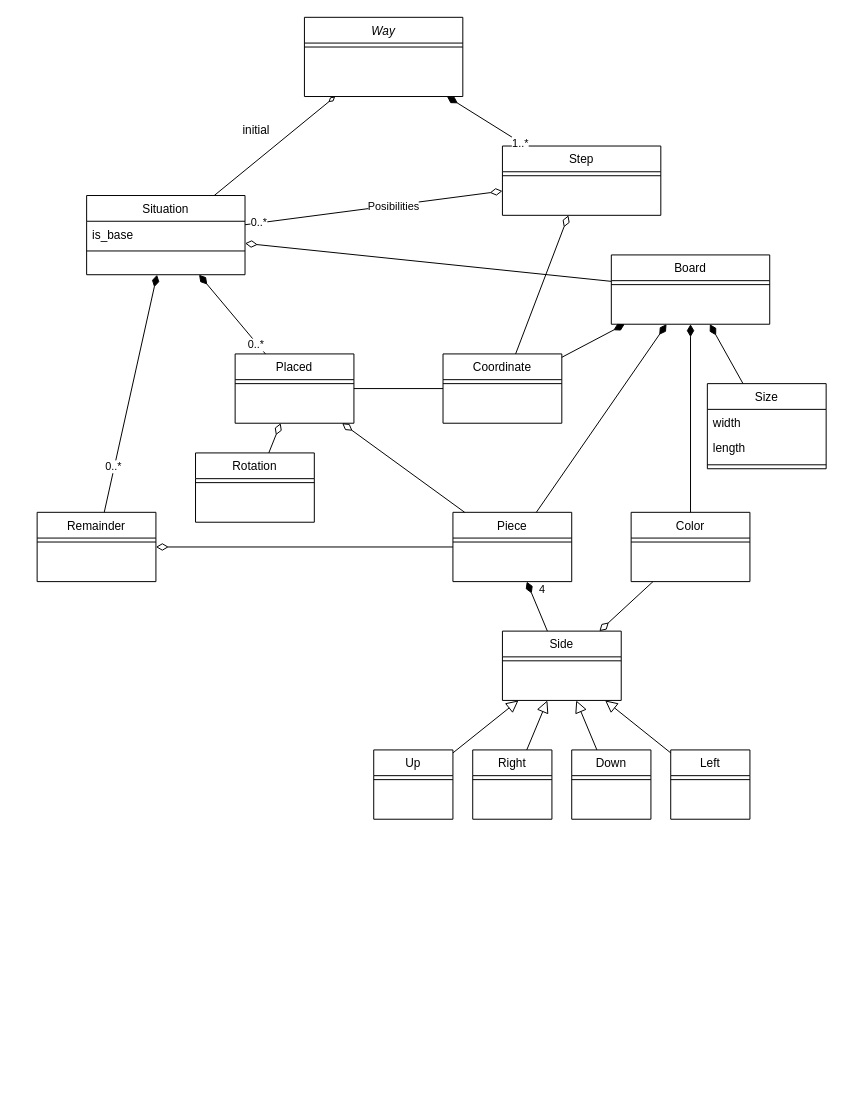
Before: doc/Eternity2 Class Diagram.drawio in IgnacioMaestro/Eternity2, a draw.io diagram. Source tidied: cells renumbered, new cells numbered last; positions are measured from the earlier drawing's top-left corner, leaving out a move shared by most shapes. Both pictures are drawn from the tidied source at 99%, with x=0, y=0 at pixel (37, 17).
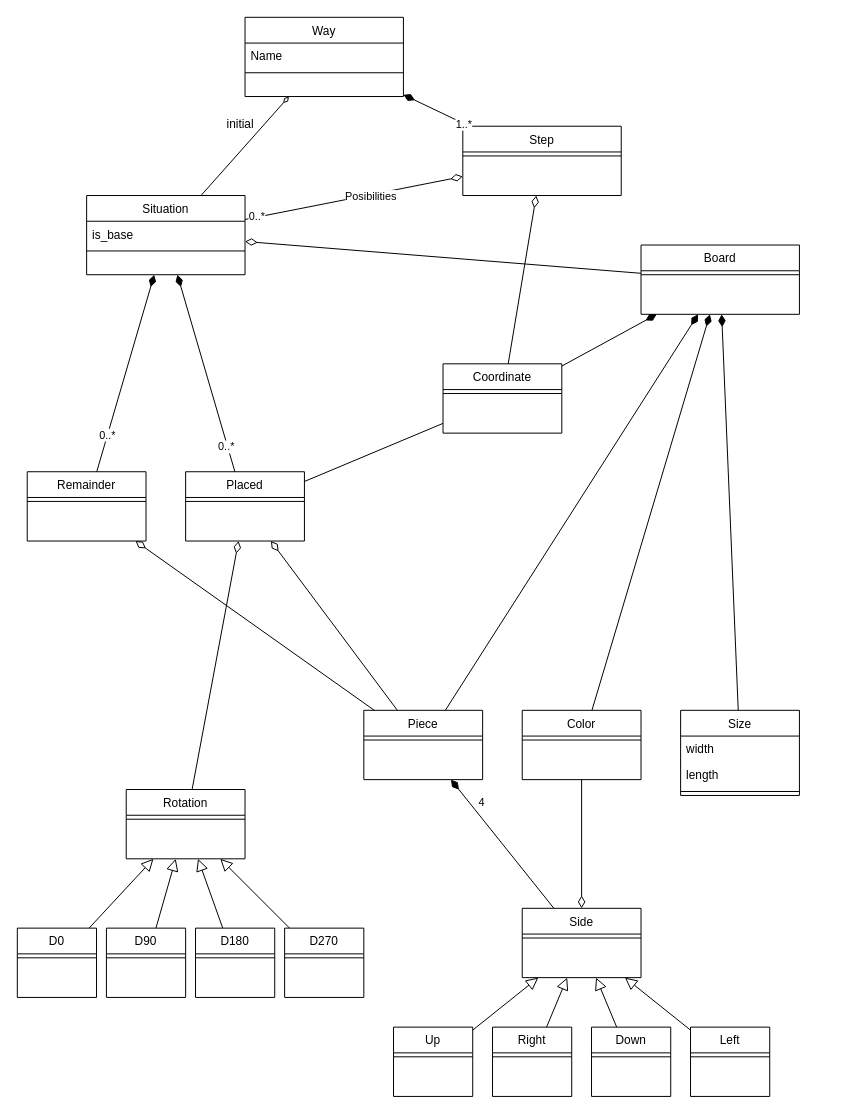
The same page after the edit.

Diff of the diagram source:
```diff
@@
-    <mxCell id="2" value="Way" style="swimlane;fontStyle=2;align=center;verticalAlign=top;horizontal=1;startSize=26;rounded=0;shadow=0;strokeWidth=1;" parent="1" vertex="1">
-      <mxGeometry x="270" width="160" height="80" as="geometry" />
+    <mxCell id="2" value="Way" style="swimlane;fontStyle=0;align=center;verticalAlign=top;horizontal=1;startSize=26;rounded=0;shadow=0;strokeWidth=1;" parent="1" vertex="1">
+      <mxGeometry x="210" width="160" height="80" as="geometry" />
     </mxCell>
+    <mxCell id="65" value="Name" style="text;align=left;verticalAlign=top;spacingLeft=4;spacingRight=4;overflow=hidden;" parent="2" vertex="1">
+      <mxGeometry y="26" width="160" height="26" as="geometry" />
+    </mxCell>
     <mxCell id="3" style="line;html=1;strokeWidth=1;align=left;verticalAlign=middle;spacingTop=-1;spacingLeft=3;spacingRight=3;labelPosition=right;" parent="2" vertex="1">
-      <mxGeometry y="26" width="160" height="8" as="geometry" />
+      <mxGeometry y="52" width="160" height="8" as="geometry" />
     </mxCell>
     <mxCell id="4" value="Step" style="swimlane;fontStyle=0;align=center;verticalAlign=top;horizontal=1;startSize=26;rounded=0;shadow=0;strokeWidth=1;" parent="1" vertex="1">
-      <mxGeometry x="470" y="130" width="160" height="70" as="geometry" />
+      <mxGeometry x="430" y="110" width="160" height="70" as="geometry" />
     </mxCell>
@@
     <mxCell id="8" value="Board" style="swimlane;fontStyle=0;align=center;verticalAlign=top;horizontal=1;startSize=26;rounded=0;shadow=0;strokeWidth=1;" parent="1" vertex="1">
-      <mxGeometry x="580" y="240" width="160" height="70" as="geometry" />
+      <mxGeometry x="610" y="230" width="160" height="70" as="geometry" />
     </mxCell>
@@
     <mxCell id="19" value="Piece" style="swimlane;fontStyle=0;align=center;verticalAlign=top;horizontal=1;startSize=26;rounded=0;shadow=0;strokeWidth=1;" parent="1" vertex="1">
-      <mxGeometry x="420" y="500" width="120" height="70" as="geometry" />
+      <mxGeometry x="330" y="700" width="120" height="70" as="geometry" />
     </mxCell>
@@
     <mxCell id="21" value="Color" style="swimlane;fontStyle=0;align=center;verticalAlign=top;horizontal=1;startSize=26;rounded=0;shadow=0;strokeWidth=1;" parent="1" vertex="1">
-      <mxGeometry x="600" y="500" width="120" height="70" as="geometry" />
+      <mxGeometry x="490" y="700" width="120" height="70" as="geometry" />
     </mxCell>
@@
     <mxCell id="23" value="Coordinate" style="swimlane;fontStyle=0;align=center;verticalAlign=top;horizontal=1;startSize=26;rounded=0;shadow=0;strokeWidth=1;" parent="1" vertex="1">
-      <mxGeometry x="410" y="340" width="120" height="70" as="geometry" />
+      <mxGeometry x="410" y="350" width="120" height="70" as="geometry" />
     </mxCell>
@@
     <mxCell id="29" value="Side" style="swimlane;fontStyle=0;align=center;verticalAlign=top;horizontal=1;startSize=26;rounded=0;shadow=0;strokeWidth=1;" parent="1" vertex="1">
-      <mxGeometry x="470" y="620" width="120" height="70" as="geometry" />
+      <mxGeometry x="490" y="900" width="120" height="70" as="geometry" />
     </mxCell>
@@
     <mxCell id="34" value="Up" style="swimlane;fontStyle=0;align=center;verticalAlign=top;horizontal=1;startSize=26;rounded=0;shadow=0;strokeWidth=1;" parent="1" vertex="1">
-      <mxGeometry x="340" y="740" width="80" height="70" as="geometry" />
+      <mxGeometry x="360" y="1020" width="80" height="70" as="geometry" />
     </mxCell>
@@
     <mxCell id="37" value="Right" style="swimlane;fontStyle=0;align=center;verticalAlign=top;horizontal=1;startSize=26;rounded=0;shadow=0;strokeWidth=1;" parent="1" vertex="1">
-      <mxGeometry x="440" y="740" width="80" height="70" as="geometry" />
+      <mxGeometry x="460" y="1020" width="80" height="70" as="geometry" />
     </mxCell>
@@
     <mxCell id="39" value="Down" style="swimlane;fontStyle=0;align=center;verticalAlign=top;horizontal=1;startSize=26;rounded=0;shadow=0;strokeWidth=1;" parent="1" vertex="1">
-      <mxGeometry x="540" y="740" width="80" height="70" as="geometry" />
+      <mxGeometry x="560" y="1020" width="80" height="70" as="geometry" />
     </mxCell>
@@
     <mxCell id="41" value="Left" style="swimlane;fontStyle=0;align=center;verticalAlign=top;horizontal=1;startSize=26;rounded=0;shadow=0;strokeWidth=1;" parent="1" vertex="1">
-      <mxGeometry x="640" y="740" width="80" height="70" as="geometry" />
+      <mxGeometry x="660" y="1020" width="80" height="70" as="geometry" />
     </mxCell>
@@
     <mxCell id="46" value="Placed" style="swimlane;fontStyle=0;align=center;verticalAlign=top;horizontal=1;startSize=26;rounded=0;shadow=0;strokeWidth=1;" parent="1" vertex="1">
-      <mxGeometry x="200" y="340" width="120" height="70" as="geometry" />
+      <mxGeometry x="150" y="459" width="120" height="70" as="geometry" />
     </mxCell>
@@
     <mxCell id="48" value="Remainder" style="swimlane;fontStyle=0;align=center;verticalAlign=top;horizontal=1;startSize=26;rounded=0;shadow=0;strokeWidth=1;" parent="1" vertex="1">
-      <mxGeometry y="500" width="120" height="70" as="geometry" />
+      <mxGeometry x="-10" y="459" width="120" height="70" as="geometry" />
     </mxCell>
@@
     <mxCell id="57" value="Size" style="swimlane;fontStyle=0;align=center;verticalAlign=top;horizontal=1;startSize=26;rounded=0;shadow=0;strokeWidth=1;" parent="1" vertex="1">
-      <mxGeometry x="677" y="370" width="120" height="86" as="geometry" />
+      <mxGeometry x="650" y="700" width="120" height="86" as="geometry" />
     </mxCell>
@@
     <mxCell id="62" value="Rotation" style="swimlane;fontStyle=0;align=center;verticalAlign=top;horizontal=1;startSize=26;rounded=0;shadow=0;strokeWidth=1;" parent="1" vertex="1">
-      <mxGeometry x="160" y="440" width="120" height="70" as="geometry" />
+      <mxGeometry x="90" y="780" width="120" height="70" as="geometry" />
     </mxCell>
@@
+    <mxCell id="66" value="D0" style="swimlane;fontStyle=0;align=center;verticalAlign=top;horizontal=1;startSize=26;rounded=0;shadow=0;strokeWidth=1;" parent="1" vertex="1">
+      <mxGeometry x="-20" y="920" width="80" height="70" as="geometry" />
+    </mxCell>
+    <mxCell id="67" style="line;html=1;strokeWidth=1;align=left;verticalAlign=middle;spacingTop=-1;spacingLeft=3;spacingRight=3;labelPosition=right;" parent="66" vertex="1">
+      <mxGeometry y="26" width="80" height="8" as="geometry" />
+    </mxCell>
+    <mxCell id="68" value="D90" style="swimlane;fontStyle=0;align=center;verticalAlign=top;horizontal=1;startSize=26;rounded=0;shadow=0;strokeWidth=1;" parent="1" vertex="1">
+      <mxGeometry x="70" y="920" width="80" height="70" as="geometry" />
+    </mxCell>
+    <mxCell id="69" style="line;html=1;strokeWidth=1;align=left;verticalAlign=middle;spacingTop=-1;spacingLeft=3;spacingRight=3;labelPosition=right;" parent="68" vertex="1">
+      <mxGeometry y="26" width="80" height="8" as="geometry" />
+    </mxCell>
+    <mxCell id="70" value="D180" style="swimlane;fontStyle=0;align=center;verticalAlign=top;horizontal=1;startSize=26;rounded=0;shadow=0;strokeWidth=1;" parent="1" vertex="1">
+      <mxGeometry x="160" y="920" width="80" height="70" as="geometry" />
+    </mxCell>
+    <mxCell id="71" style="line;html=1;strokeWidth=1;align=left;verticalAlign=middle;spacingTop=-1;spacingLeft=3;spacingRight=3;labelPosition=right;" parent="70" vertex="1">
+      <mxGeometry y="26" width="80" height="8" as="geometry" />
+    </mxCell>
+    <mxCell id="72" value="D270" style="swimlane;fontStyle=0;align=center;verticalAlign=top;horizontal=1;startSize=26;rounded=0;shadow=0;strokeWidth=1;" parent="1" vertex="1">
+      <mxGeometry x="250" y="920" width="80" height="70" as="geometry" />
+    </mxCell>
+    <mxCell id="73" style="line;html=1;strokeWidth=1;align=left;verticalAlign=middle;spacingTop=-1;spacingLeft=3;spacingRight=3;labelPosition=right;" parent="72" vertex="1">
+      <mxGeometry y="26" width="80" height="8" as="geometry" />
+    </mxCell>
+    <mxCell id="74" style="endArrow=block;endSize=10;endFill=0;shadow=0;strokeWidth=1;rounded=0;elbow=vertical;" parent="1" edge="1" source="66" target="62">
+      <mxGeometry relative="1" as="geometry" />
+    </mxCell>
+    <mxCell id="75" style="endArrow=block;endSize=10;endFill=0;shadow=0;strokeWidth=1;rounded=0;elbow=vertical;" parent="1" edge="1" source="68" target="62">
+      <mxGeometry relative="1" as="geometry" />
+    </mxCell>
+    <mxCell id="76" style="endArrow=block;endSize=10;endFill=0;shadow=0;strokeWidth=1;rounded=0;elbow=vertical;" parent="1" edge="1" source="70" target="62">
+      <mxGeometry relative="1" as="geometry" />
+    </mxCell>
+    <mxCell id="77" style="endArrow=block;endSize=10;endFill=0;shadow=0;strokeWidth=1;rounded=0;elbow=vertical;" parent="1" edge="1" source="72" target="62">
+      <mxGeometry relative="1" as="geometry" />
+    </mxCell>
```
